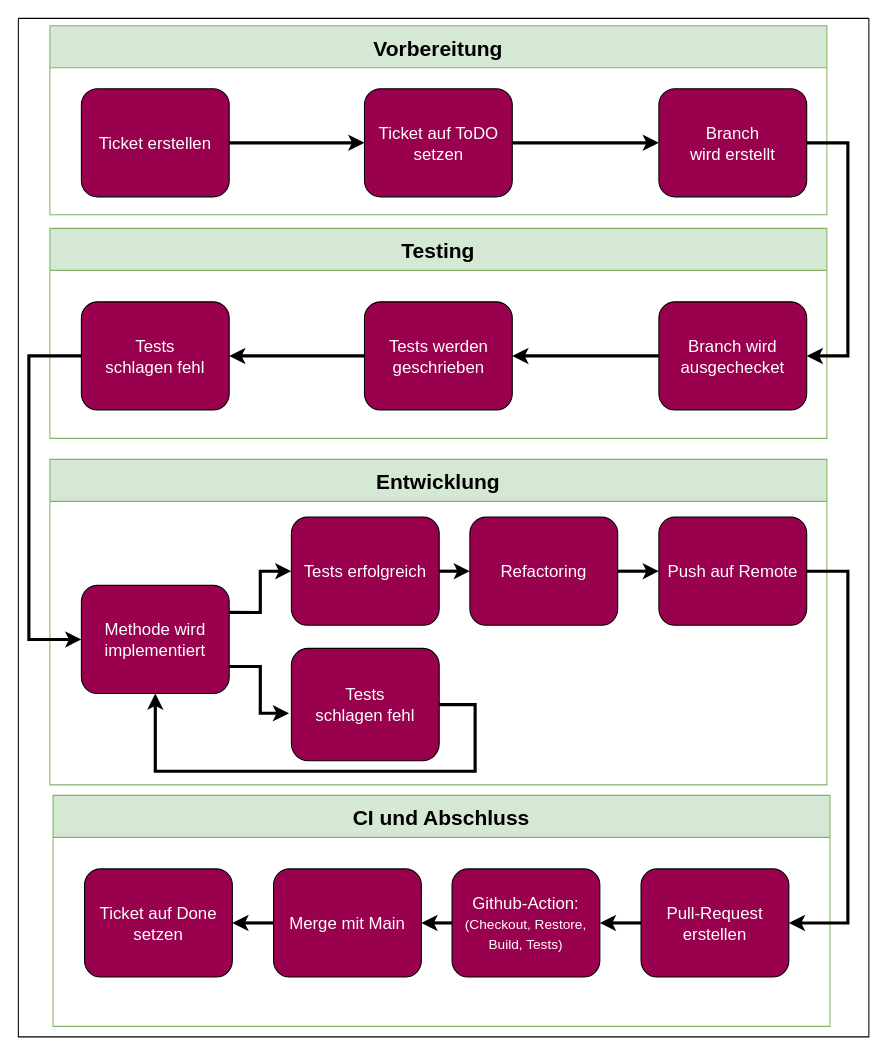
The draw.io diagram page "Ablauf" (2 of 7) of Parlivote.Shared/Documentation/Untitled Diagram.drawio in schnickalodeon/Parlivote, before the edit. Source tidied: cells renumbered, new cells numbered last; positions are measured from the earlier drawing's top-left corner, leaving out a move shared by most shapes. Both pictures are drawn from the tidied source at 105%, with x=0, y=0 at pixel (18, 18).
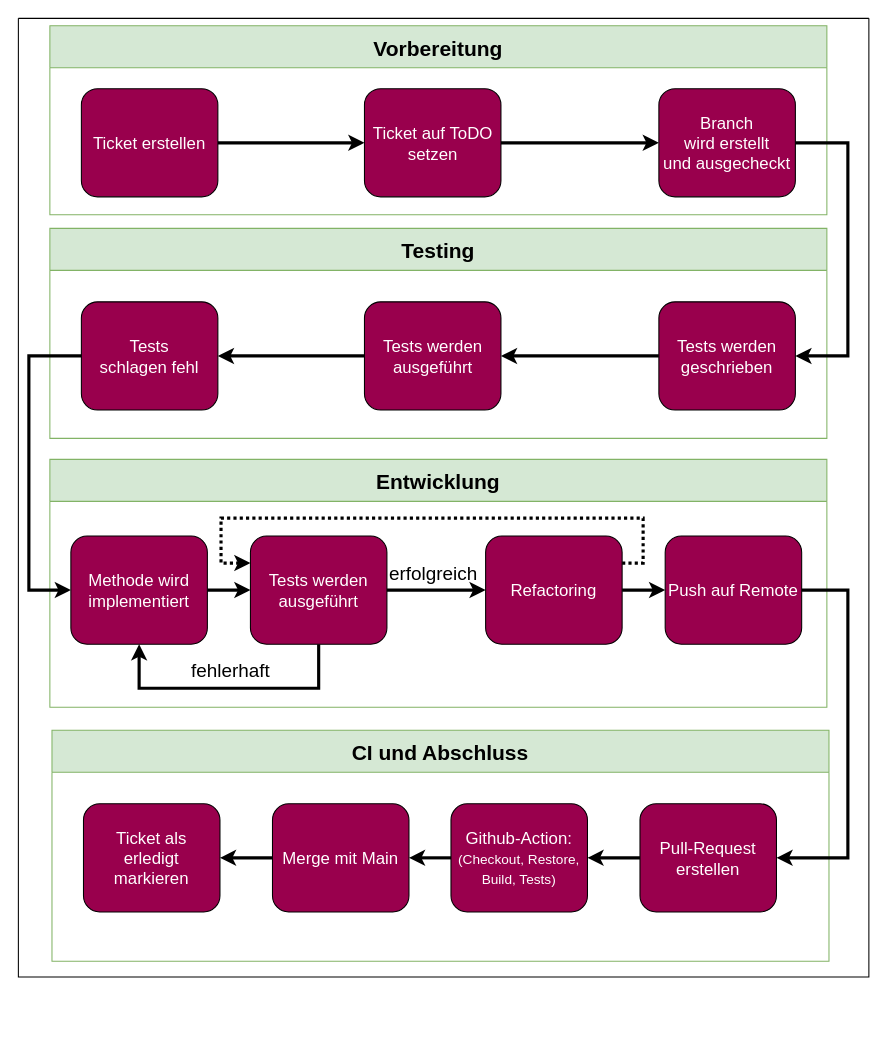
After the change.

Commit message:
Ablauf aktualisiert

The change refers to these unchanged cells:
```xml
<mxCell id="2" value="Vorbereitung" style="swimlane;startSize=40;fontSize=20;strokeColor=#82b366;fillColor=#d5e8d4;" parent="1" vertex="1">
  <mxGeometry x="30" y="7" width="740" height="180" as="geometry" />
</mxCell>
<mxCell id="8" value="Testing" style="swimlane;fontSize=20;fillColor=#d5e8d4;startSize=40;strokeColor=#82b366;" parent="1" vertex="1">
  <mxGeometry x="30" y="200" width="740" height="200" as="geometry" />
</mxCell>
```

Change to the diagram source:
```diff
@@
     <mxCell id="4" value="&lt;font color=&quot;#ffffff&quot; style=&quot;font-size: 16px;&quot;&gt;Ticket erstellen&lt;/font&gt;" style="rounded=1;whiteSpace=wrap;html=1;fontSize=16;fillColor=#99004D;" parent="2" vertex="1">
-      <mxGeometry x="30" y="60" width="140.8" height="103" as="geometry" />
+      <mxGeometry x="30" y="60" width="130" height="103" as="geometry" />
     </mxCell>
@@
     <mxCell id="6" value="&lt;font style=&quot;font-size: 16px;&quot;&gt;Ticket auf ToDO setzen&lt;/font&gt;" style="whiteSpace=wrap;html=1;fontSize=16;fillColor=#99004D;rounded=1;fontColor=#FFFFFF;" parent="2" vertex="1">
-      <mxGeometry x="299.6" y="60" width="140.8" height="103" as="geometry" />
+      <mxGeometry x="299.6" y="60" width="130" height="103" as="geometry" />
     </mxCell>
-    <mxCell id="7" value="Branch &lt;br&gt;wird erstellt" style="whiteSpace=wrap;html=1;fontSize=16;fillColor=#99004D;rounded=1;fontColor=#FFFFFF;" parent="2" vertex="1">
-      <mxGeometry x="580" y="60" width="140.8" height="103" as="geometry" />
+    <mxCell id="7" value="Branch &lt;br&gt;wird erstellt&lt;br&gt;und ausgecheckt" style="whiteSpace=wrap;html=1;fontSize=16;fillColor=#99004D;rounded=1;fontColor=#FFFFFF;" parent="2" vertex="1">
+      <mxGeometry x="580" y="60" width="130" height="103" as="geometry" />
     </mxCell>
@@
-    <mxCell id="10" value="Branch wird ausgechecket" style="whiteSpace=wrap;html=1;fontSize=16;fillColor=#99004D;rounded=1;fontColor=#FFFFFF;" parent="8" vertex="1">
-      <mxGeometry x="580" y="70" width="140.8" height="103" as="geometry" />
+    <mxCell id="10" value="Tests werden geschrieben" style="whiteSpace=wrap;html=1;fontSize=16;fillColor=#99004D;rounded=1;fontColor=#FFFFFF;" parent="8" vertex="1">
+      <mxGeometry x="580" y="70" width="130" height="103" as="geometry" />
     </mxCell>
-    <mxCell id="11" value="Tests werden geschrieben" style="whiteSpace=wrap;html=1;fontSize=16;fillColor=#99004D;rounded=1;fontColor=#FFFFFF;" parent="8" vertex="1">
-      <mxGeometry x="299.6" y="70" width="140.8" height="103" as="geometry" />
+    <mxCell id="11" value="Tests werden ausgeführt" style="whiteSpace=wrap;html=1;fontSize=16;fillColor=#99004D;rounded=1;fontColor=#FFFFFF;" parent="8" vertex="1">
+      <mxGeometry x="299.6" y="70" width="130" height="103" as="geometry" />
     </mxCell>
     <mxCell id="12" value="Tests &lt;br&gt;schlagen fehl" style="whiteSpace=wrap;html=1;fontSize=16;fillColor=#99004D;fontColor=#FFFFFF;rounded=1;" parent="8" vertex="1">
-      <mxGeometry x="30" y="70" width="140.8" height="103" as="geometry" />
+      <mxGeometry x="30" y="70" width="130" height="103" as="geometry" />
     </mxCell>
@@
     <mxCell id="14" value="Entwicklung" style="swimlane;fontSize=20;fillColor=#d5e8d4;startSize=40;strokeColor=#82b366;" parent="1" vertex="1">
-      <mxGeometry x="30" y="420" width="740" height="310" as="geometry" />
+      <mxGeometry x="30" y="420" width="740" height="236" as="geometry" />
     </mxCell>
-    <mxCell id="15" style="edgeStyle=orthogonalEdgeStyle;rounded=0;jettySize=auto;html=1;exitX=1;exitY=0.5;exitDx=0;exitDy=0;entryX=0;entryY=0.5;entryDx=0;entryDy=0;fontSize=20;fontColor=#FFFFFF;strokeColor=#000000;strokeWidth=3;" parent="14" edge="1" source="16" target="24">
-      <mxGeometry relative="1" as="geometry" />
-    </mxCell>
-    <mxCell id="16" value="Refactoring" style="whiteSpace=wrap;html=1;fontSize=16;fillColor=#99004D;rounded=1;fontColor=#FFFFFF;" parent="14" vertex="1">
-      <mxGeometry x="400" y="55" width="140.8" height="103" as="geometry" />
-    </mxCell>
-    <mxCell id="17" style="edgeStyle=orthogonalEdgeStyle;rounded=0;jettySize=auto;html=1;exitX=1;exitY=0.5;exitDx=0;exitDy=0;entryX=0;entryY=0.5;entryDx=0;entryDy=0;fontSize=20;fontColor=#FFFFFF;strokeColor=#000000;strokeWidth=3;" parent="14" edge="1" source="18" target="16">
-      <mxGeometry relative="1" as="geometry" />
-    </mxCell>
-    <mxCell id="18" value="Tests erfolgreich" style="whiteSpace=wrap;html=1;fontSize=16;fillColor=#99004D;rounded=1;fontColor=#FFFFFF;" parent="14" vertex="1">
-      <mxGeometry x="230" y="55" width="140.8" height="103" as="geometry" />
-    </mxCell>
-    <mxCell id="19" style="edgeStyle=orthogonalEdgeStyle;rounded=0;jettySize=auto;html=1;exitX=1;exitY=0.25;exitDx=0;exitDy=0;entryX=0;entryY=0.5;entryDx=0;entryDy=0;fontSize=20;fontColor=#FFFFFF;strokeColor=#000000;strokeWidth=3;" parent="14" edge="1" source="21" target="18">
-      <mxGeometry relative="1" as="geometry" />
-    </mxCell>
-    <mxCell id="20" style="edgeStyle=orthogonalEdgeStyle;rounded=0;jettySize=auto;html=1;exitX=1;exitY=0.75;exitDx=0;exitDy=0;entryX=-0.016;entryY=0.578;entryDx=0;entryDy=0;entryPerimeter=0;fontSize=20;fontColor=#FFFFFF;strokeColor=#000000;strokeWidth=3;" parent="14" edge="1" source="21" target="23">
-      <mxGeometry relative="1" as="geometry" />
-    </mxCell>
-    <mxCell id="21" value="Methode wird implementiert" style="whiteSpace=wrap;html=1;fontSize=16;fillColor=#99004D;fontColor=#FFFFFF;rounded=1;" parent="14" vertex="1">
-      <mxGeometry x="30" y="120" width="140.8" height="103" as="geometry" />
-    </mxCell>
-    <mxCell id="22" style="edgeStyle=orthogonalEdgeStyle;rounded=0;jettySize=auto;html=1;exitX=1;exitY=0.5;exitDx=0;exitDy=0;entryX=0.5;entryY=1;entryDx=0;entryDy=0;fontSize=18;strokeWidth=3;" parent="14" edge="1" source="23" target="21">
-      <mxGeometry relative="1" as="geometry">
-        <Array as="points">
-          <mxPoint x="405" y="233" />
-          <mxPoint x="405" y="297" />
-          <mxPoint x="100" y="297" />
-        </Array>
-      </mxGeometry>
-    </mxCell>
-    <mxCell id="23" value="Tests &lt;br&gt;schlagen fehl" style="whiteSpace=wrap;html=1;fontSize=16;fillColor=#99004D;rounded=1;fontColor=#FFFFFF;" parent="14" vertex="1">
-      <mxGeometry x="230" y="180" width="140.8" height="107" as="geometry" />
-    </mxCell>
-    <mxCell id="24" value="Push auf Remote" style="whiteSpace=wrap;html=1;fontSize=16;fillColor=#99004D;rounded=1;fontColor=#FFFFFF;" parent="14" vertex="1">
-      <mxGeometry x="580" y="55" width="140.8" height="103" as="geometry" />
-    </mxCell>
     <mxCell id="25" value="CI und Abschluss" style="swimlane;fontSize=20;fillColor=#d5e8d4;startSize=40;strokeColor=#82b366;" parent="1" vertex="1">
-      <mxGeometry x="33" y="740" width="740" height="220" as="geometry" />
+      <mxGeometry x="32" y="678" width="740" height="220" as="geometry" />
     </mxCell>
@@
     <mxCell id="27" value="Github-Action:&lt;br style=&quot;font-size: 16px;&quot;&gt;&lt;font style=&quot;font-size: 13px;&quot;&gt;(Checkout, Restore, Build, Tests)&lt;/font&gt;" style="whiteSpace=wrap;html=1;fontSize=16;fillColor=#99004D;rounded=1;fontColor=#FFFFFF;" parent="25" vertex="1">
-      <mxGeometry x="380" y="70" width="140.8" height="103" as="geometry" />
+      <mxGeometry x="380" y="70" width="130" height="103" as="geometry" />
     </mxCell>
     <mxCell id="28" value="Pull-Request&lt;br style=&quot;font-size: 16px;&quot;&gt;erstellen" style="whiteSpace=wrap;html=1;fontSize=16;fillColor=#99004D;rounded=1;fontColor=#FFFFFF;" parent="25" vertex="1">
-      <mxGeometry x="560" y="70" width="140.8" height="103" as="geometry" />
+      <mxGeometry x="560" y="70" width="130" height="103" as="geometry" />
     </mxCell>
     <mxCell id="29" value="Merge mit Main" style="whiteSpace=wrap;html=1;fontSize=16;fillColor=#99004D;rounded=1;fontColor=#FFFFFF;" parent="25" vertex="1">
-      <mxGeometry x="210" y="70" width="140.8" height="103" as="geometry" />
+      <mxGeometry x="210" y="70" width="130" height="103" as="geometry" />
     </mxCell>
-    <mxCell id="30" value="Ticket auf Done setzen" style="whiteSpace=wrap;html=1;fontSize=16;fillColor=#99004D;rounded=1;fontColor=#FFFFFF;" parent="25" vertex="1">
-      <mxGeometry x="30" y="70" width="140.8" height="103" as="geometry" />
+    <mxCell id="30" value="Ticket als&lt;br&gt;erledigt markieren" style="whiteSpace=wrap;html=1;fontSize=16;fillColor=#99004D;rounded=1;fontColor=#FFFFFF;" parent="25" vertex="1">
+      <mxGeometry x="30" y="70" width="130" height="103" as="geometry" />
     </mxCell>
@@
     <mxCell id="33" style="edgeStyle=orthogonalEdgeStyle;rounded=0;jettySize=auto;html=1;exitX=0;exitY=0.5;exitDx=0;exitDy=0;entryX=0;entryY=0.5;entryDx=0;entryDy=0;fontSize=13;fontColor=#FFFFFF;strokeColor=#000000;strokeWidth=3;" parent="1" edge="1" source="12" target="21">
       <mxGeometry relative="1" as="geometry">
         <Array as="points">
-          <mxPoint x="10" y="322" />
-          <mxPoint x="10" y="592" />
+          <mxPoint x="10" y="321" />
+          <mxPoint x="10" y="545" />
+          <mxPoint x="50" y="545" />
         </Array>
       </mxGeometry>
     </mxCell>
     <mxCell id="34" style="edgeStyle=orthogonalEdgeStyle;rounded=0;jettySize=auto;html=1;exitX=1;exitY=0.5;exitDx=0;exitDy=0;entryX=1;entryY=0.5;entryDx=0;entryDy=0;fontSize=13;fontColor=#FFFFFF;strokeColor=#000000;strokeWidth=3;" parent="1" edge="1" source="24" target="28">
       <mxGeometry relative="1" as="geometry">
         <Array as="points">
-          <mxPoint x="790" y="527" />
-          <mxPoint x="790" y="862" />
+          <mxPoint x="790" y="545" />
+          <mxPoint x="790" y="800" />
         </Array>
       </mxGeometry>
     </mxCell>
     <mxCell id="35" style="swimlane;startSize=0;fontSize=13;fontColor=#FFFFFF;strokeColor=#000000;fillColor=#99004D;strokeWidth=1;" parent="1" vertex="1">
-      <mxGeometry width="810" height="970" as="geometry" />
+      <mxGeometry width="810" height="913" as="geometry" />
     </mxCell>
+    <mxCell id="37" style="edgeStyle=orthogonalEdgeStyle;rounded=0;jettySize=auto;html=1;exitX=1;exitY=0.5;exitDx=0;exitDy=0;entryX=0;entryY=0.5;entryDx=0;entryDy=0;fontSize=18;strokeWidth=3;" parent="35" edge="1" source="21" target="39">
+      <mxGeometry relative="1" as="geometry" />
+    </mxCell>
+    <mxCell id="21" value="Methode wird implementiert" style="whiteSpace=wrap;html=1;fontSize=16;fillColor=#99004D;fontColor=#FFFFFF;rounded=1;" parent="35" vertex="1">
+      <mxGeometry x="50" y="493" width="130" height="103" as="geometry" />
+    </mxCell>
+    <mxCell id="38" style="edgeStyle=orthogonalEdgeStyle;rounded=0;jettySize=auto;html=1;exitX=0.5;exitY=1;exitDx=0;exitDy=0;entryX=0.5;entryY=1;entryDx=0;entryDy=0;fontSize=16;strokeWidth=3;" parent="35" edge="1" source="39" target="21">
+      <mxGeometry relative="1" as="geometry">
+        <Array as="points">
+          <mxPoint x="284" y="638" />
+          <mxPoint x="120" y="638" />
+        </Array>
+      </mxGeometry>
+    </mxCell>
+    <mxCell id="39" value="Tests werden&lt;br&gt;ausgeführt" style="whiteSpace=wrap;html=1;fontSize=16;fillColor=#99004D;fontColor=#FFFFFF;rounded=1;" parent="35" vertex="1">
+      <mxGeometry x="221" y="493" width="130" height="103" as="geometry" />
+    </mxCell>
+    <mxCell id="40" value="erfolgreich" style="text;html=1;align=center;verticalAlign=middle;strokeColor=none;fillColor=none;fontSize=18;fontStyle=0;" parent="35" vertex="1">
+      <mxGeometry x="344" y="512" width="102" height="34" as="geometry" />
+    </mxCell>
+    <mxCell id="41" style="edgeStyle=orthogonalEdgeStyle;rounded=0;jettySize=auto;html=1;exitX=1;exitY=0.25;exitDx=0;exitDy=0;entryX=0;entryY=0.25;entryDx=0;entryDy=0;fontSize=18;strokeWidth=3;dashed=1;dashPattern=1 1;" parent="35" edge="1" source="16" target="39">
+      <mxGeometry relative="1" as="geometry">
+        <Array as="points">
+          <mxPoint x="595" y="519" />
+          <mxPoint x="595" y="476" />
+          <mxPoint x="193" y="476" />
+          <mxPoint x="193" y="519" />
+        </Array>
+      </mxGeometry>
+    </mxCell>
+    <mxCell id="16" value="Refactoring" style="whiteSpace=wrap;html=1;fontSize=16;fillColor=#99004D;rounded=1;fontColor=#FFFFFF;" parent="35" vertex="1">
+      <mxGeometry x="445" y="493" width="130" height="103" as="geometry" />
+    </mxCell>
+    <mxCell id="42" style="edgeStyle=orthogonalEdgeStyle;rounded=0;jettySize=auto;html=1;exitX=1;exitY=0.5;exitDx=0;exitDy=0;fontSize=18;strokeWidth=3;" parent="35" edge="1" source="39" target="16">
+      <mxGeometry relative="1" as="geometry" />
+    </mxCell>
+    <mxCell id="24" value="Push auf Remote" style="whiteSpace=wrap;html=1;fontSize=16;fillColor=#99004D;rounded=1;fontColor=#FFFFFF;" parent="35" vertex="1">
+      <mxGeometry x="616" y="493" width="130" height="103" as="geometry" />
+    </mxCell>
+    <mxCell id="15" style="edgeStyle=orthogonalEdgeStyle;rounded=0;jettySize=auto;html=1;exitX=1;exitY=0.5;exitDx=0;exitDy=0;entryX=0;entryY=0.5;entryDx=0;entryDy=0;fontSize=20;fontColor=#FFFFFF;strokeColor=#000000;strokeWidth=3;" parent="35" edge="1" source="16" target="24">
+      <mxGeometry relative="1" as="geometry" />
+    </mxCell>
+    <mxCell id="43" value="fehlerhaft" style="text;html=1;align=center;verticalAlign=middle;strokeColor=none;fillColor=none;fontSize=18;fontStyle=0;" parent="35" vertex="1">
+      <mxGeometry x="155" y="605" width="93" height="34" as="geometry" />
+    </mxCell>
```
